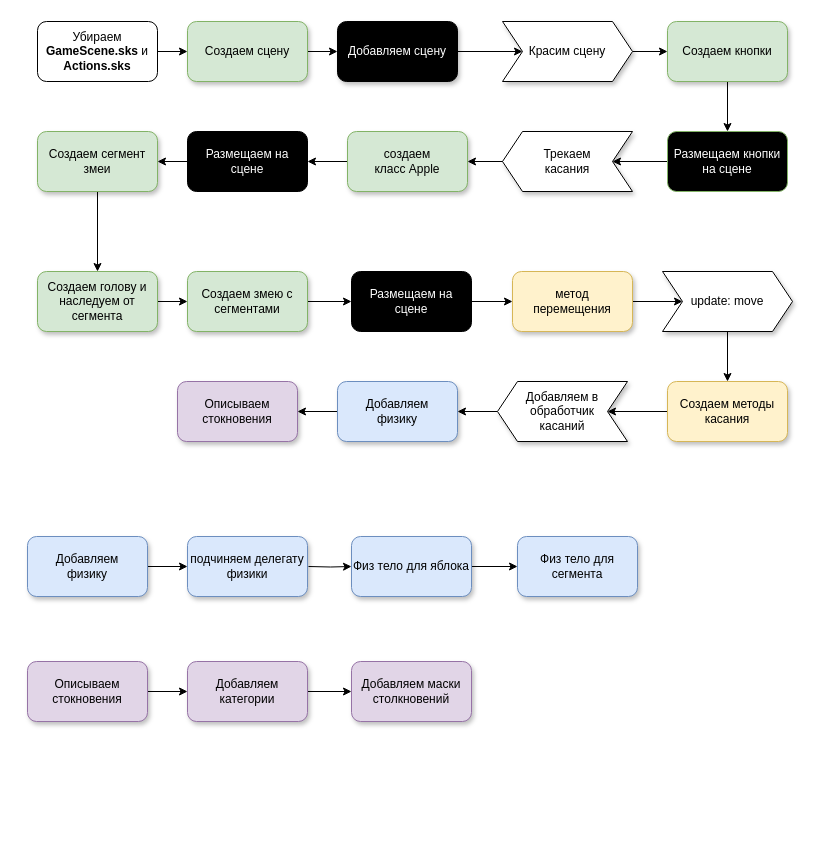
Leonif/diagrams keeps this draw.io diagram as Untitled Diagram.drawio. Above is the earlier version. Source tidied: cells renumbered, new cells numbered last; positions are measured from the earlier drawing's top-left corner, leaving out a move shared by most shapes. Both pictures are drawn from the tidied source at 100%, with x=0, y=0 at pixel (27, 21).
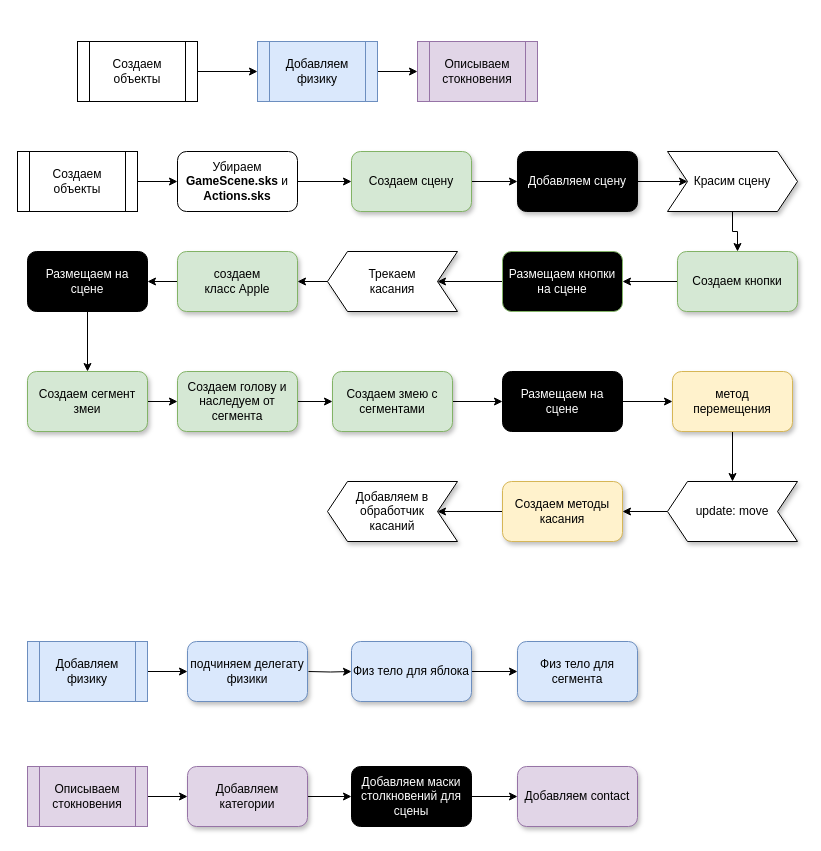
The same page after the edit.

What changed in the source:
```diff
@@
     <mxCell id="3" value="Убираем &lt;span style=&quot;font-weight: 600&quot;&gt;GameScene.sks&lt;/span&gt; и &lt;span style=&quot;font-weight: 600&quot;&gt;Actions.sks&lt;/span&gt;" style="rounded=1;whiteSpace=wrap;html=1;" parent="1" vertex="1">
-      <mxGeometry x="10" width="120" height="60" as="geometry" />
+      <mxGeometry x="150" y="130" width="120" height="60" as="geometry" />
     </mxCell>
@@
     <mxCell id="5" value="Добавляем сцену" style="whiteSpace=wrap;html=1;rounded=1;fillColor=#000000;fontColor=#FFFFFF;sketch=0;shadow=1;" parent="1" vertex="1">
-      <mxGeometry x="310" width="120" height="60" as="geometry" />
+      <mxGeometry x="490" y="130" width="120" height="60" as="geometry" />
     </mxCell>
-    <mxCell id="6" style="edgeStyle=orthogonalEdgeStyle;rounded=0;jettySize=auto;html=1;fontColor=#FFFFFF;exitX=1;exitY=0.5;exitDx=0;exitDy=0;" parent="1" edge="1" source="18" target="15">
-      <mxGeometry relative="1" as="geometry" />
-    </mxCell>
-    <mxCell id="7" style="edgeStyle=orthogonalEdgeStyle;rounded=0;jettySize=auto;html=1;entryX=0;entryY=0.5;entryDx=0;entryDy=0;fontColor=#000000;" parent="1" edge="1" source="8" target="19">
-      <mxGeometry relative="1" as="geometry">
-        <Array as="points">
-          <mxPoint x="700" y="150" />
-        </Array>
-      </mxGeometry>
+    <mxCell id="7" style="edgeStyle=orthogonalEdgeStyle;rounded=0;jettySize=auto;html=1;" parent="1" edge="1" source="8" target="19">
+      <mxGeometry relative="1" as="geometry" />
     </mxCell>
     <mxCell id="8" value="Размещаем кнопки на сцене" style="whiteSpace=wrap;html=1;rounded=1;strokeColor=#82b366;fontColor=#FFFFFF;fillColor=#000000;" parent="1" vertex="1">
-      <mxGeometry x="640" y="110" width="120" height="60" as="geometry" />
+      <mxGeometry x="475" y="230" width="120" height="60" as="geometry" />
     </mxCell>
@@
     <mxCell id="11" value="&lt;div&gt;создаем &lt;br&gt;&lt;/div&gt;&lt;div&gt;класс Apple&lt;/div&gt;" style="whiteSpace=wrap;html=1;rounded=1;fillColor=#d5e8d4;strokeColor=#82b366;shadow=1;" parent="1" vertex="1">
-      <mxGeometry x="320" y="110" width="120" height="60" as="geometry" />
+      <mxGeometry x="150" y="230" width="120" height="60" as="geometry" />
     </mxCell>
@@
     <mxCell id="13" value="Размещаем на сцене" style="whiteSpace=wrap;html=1;rounded=1;fillColor=#000000;fontColor=#FFFFFF;" parent="1" vertex="1">
-      <mxGeometry x="160" y="110" width="120" height="60" as="geometry" />
+      <mxGeometry y="230" width="120" height="60" as="geometry" />
     </mxCell>
@@
     <mxCell id="15" value="Создаем кнопки" style="whiteSpace=wrap;html=1;rounded=1;strokeColor=#82b366;fillColor=#d5e8d4;shadow=1;" parent="1" vertex="1">
-      <mxGeometry x="640" width="120" height="60" as="geometry" />
+      <mxGeometry x="650" y="230" width="120" height="60" as="geometry" />
     </mxCell>
@@
     <mxCell id="17" value="Создаем сегмент змеи" style="whiteSpace=wrap;html=1;rounded=1;fillColor=#d5e8d4;strokeColor=#82b366;shadow=1;" parent="1" vertex="1">
-      <mxGeometry x="10" y="110" width="120" height="60" as="geometry" />
+      <mxGeometry y="350" width="120" height="60" as="geometry" />
     </mxCell>
+    <mxCell id="6" style="edgeStyle=orthogonalEdgeStyle;rounded=0;jettySize=auto;html=1;" parent="1" edge="1" source="18" target="15">
+      <mxGeometry relative="1" as="geometry" />
+    </mxCell>
     <mxCell id="18" value="Красим сцену" style="shape=step;perimeter=stepPerimeter;whiteSpace=wrap;html=1;fixedSize=1;shadow=1;sketch=0;fillColor=#FFFFFF;" parent="1" vertex="1">
-      <mxGeometry x="475" width="130" height="60" as="geometry" />
+      <mxGeometry x="640" y="130" width="130" height="60" as="geometry" />
     </mxCell>
     <mxCell id="19" value="&lt;div&gt;Трекаем &lt;br&gt;&lt;/div&gt;&lt;div&gt;касания&lt;/div&gt;" style="shape=step;perimeter=stepPerimeter;whiteSpace=wrap;html=1;fixedSize=1;shadow=1;sketch=0;fillColor=#FFFFFF;direction=west;align=center;" parent="1" vertex="1">
-      <mxGeometry x="475" y="110" width="130" height="60" as="geometry" />
+      <mxGeometry x="300" y="230" width="130" height="60" as="geometry" />
     </mxCell>
@@
     <mxCell id="21" value="Создаем сцену" style="whiteSpace=wrap;html=1;rounded=1;fillColor=#d5e8d4;strokeColor=#82b366;shadow=1;" parent="1" vertex="1">
-      <mxGeometry x="160" width="120" height="60" as="geometry" />
+      <mxGeometry x="324" y="130" width="120" height="60" as="geometry" />
     </mxCell>
@@
     <mxCell id="23" value="Создаем голову и наследуем от сегмента" style="whiteSpace=wrap;html=1;rounded=1;shadow=1;strokeColor=#82b366;fillColor=#d5e8d4;" parent="1" vertex="1">
-      <mxGeometry x="10" y="250" width="120" height="60" as="geometry" />
+      <mxGeometry x="150" y="350" width="120" height="60" as="geometry" />
     </mxCell>
@@
     <mxCell id="25" value="Создаем змею с сегментами" style="whiteSpace=wrap;html=1;rounded=1;shadow=1;strokeColor=#82b366;fillColor=#d5e8d4;" parent="1" vertex="1">
-      <mxGeometry x="160" y="250" width="120" height="60" as="geometry" />
+      <mxGeometry x="305" y="350" width="120" height="60" as="geometry" />
     </mxCell>
@@
     <mxCell id="27" value="Размещаем на сцене" style="whiteSpace=wrap;html=1;rounded=1;fillColor=#000000;fontColor=#FFFFFF;" parent="1" vertex="1">
-      <mxGeometry x="324" y="250" width="120" height="60" as="geometry" />
+      <mxGeometry x="475" y="350" width="120" height="60" as="geometry" />
     </mxCell>
-    <mxCell id="28" style="edgeStyle=orthogonalEdgeStyle;rounded=0;jettySize=auto;html=1;exitX=1;exitY=0.5;exitDx=0;exitDy=0;" parent="1" edge="1" source="33" target="30">
-      <mxGeometry relative="1" as="geometry" />
-    </mxCell>
@@
-    <mxCell id="30" value="update: move" style="shape=step;perimeter=stepPerimeter;whiteSpace=wrap;html=1;fixedSize=1;shadow=1;sketch=0;fillColor=#FFFFFF;" parent="1" vertex="1">
-      <mxGeometry x="635" y="250" width="130" height="60" as="geometry" />
+    <mxCell id="30" value="update: move" style="shape=step;perimeter=stepPerimeter;whiteSpace=wrap;html=1;fixedSize=1;shadow=1;sketch=0;fillColor=#FFFFFF;direction=west;" parent="1" vertex="1">
+      <mxGeometry x="640" y="460" width="130" height="60" as="geometry" />
     </mxCell>
@@
     <mxCell id="32" value="Создаем методы касания" style="whiteSpace=wrap;html=1;rounded=1;shadow=1;strokeColor=#d6b656;fillColor=#fff2cc;" parent="1" vertex="1">
-      <mxGeometry x="640" y="360" width="120" height="60" as="geometry" />
+      <mxGeometry x="475" y="460" width="120" height="60" as="geometry" />
     </mxCell>
+    <mxCell id="28" style="edgeStyle=orthogonalEdgeStyle;rounded=0;jettySize=auto;html=1;" parent="1" edge="1" source="33" target="30">
+      <mxGeometry relative="1" as="geometry" />
+    </mxCell>
     <mxCell id="33" value="&lt;div&gt;метод&lt;/div&gt;&lt;div&gt; перемещения&lt;/div&gt;" style="whiteSpace=wrap;html=1;rounded=1;shadow=1;strokeColor=#d6b656;fillColor=#fff2cc;" parent="1" vertex="1">
-      <mxGeometry x="485" y="250" width="120" height="60" as="geometry" />
+      <mxGeometry x="645" y="350" width="120" height="60" as="geometry" />
     </mxCell>
-    <mxCell id="34" style="edgeStyle=orthogonalEdgeStyle;rounded=0;jettySize=auto;html=1;" parent="1" edge="1" source="35" target="37">
-      <mxGeometry relative="1" as="geometry" />
-    </mxCell>
     <mxCell id="35" value="&lt;div&gt;Добавляем в обработчик&lt;/div&gt;&lt;div&gt; касаний&lt;/div&gt;" style="shape=step;perimeter=stepPerimeter;whiteSpace=wrap;html=1;fixedSize=1;shadow=1;sketch=0;fillColor=#FFFFFF;direction=west;align=center;" parent="1" vertex="1">
-      <mxGeometry x="470" y="360" width="130" height="60" as="geometry" />
+      <mxGeometry x="300" y="460" width="130" height="60" as="geometry" />
     </mxCell>
-    <mxCell id="36" style="edgeStyle=orthogonalEdgeStyle;rounded=0;jettySize=auto;html=1;" parent="1" edge="1" source="37" target="45">
-      <mxGeometry relative="1" as="geometry" />
-    </mxCell>
-    <mxCell id="37" value="&lt;div&gt;Добавляем &lt;br&gt;&lt;/div&gt;&lt;div&gt;физику&lt;br&gt;&lt;/div&gt;" style="whiteSpace=wrap;html=1;rounded=1;shadow=1;strokeColor=#6c8ebf;fillColor=#dae8fc;" parent="1" vertex="1">
-      <mxGeometry x="310" y="360" width="120" height="60" as="geometry" />
-    </mxCell>
-    <mxCell id="38" style="edgeStyle=orthogonalEdgeStyle;rounded=0;jettySize=auto;html=1;" parent="1" edge="1" source="39" target="41">
+    <mxCell id="38" style="edgeStyle=orthogonalEdgeStyle;rounded=0;jettySize=auto;html=1;exitX=1;exitY=0.5;exitDx=0;exitDy=0;" parent="1" edge="1" source="56" target="41">
       <mxGeometry relative="1" as="geometry" />
     </mxCell>
-    <mxCell id="39" value="&lt;div&gt;Добавляем &lt;br&gt;&lt;/div&gt;&lt;div&gt;физику&lt;br&gt;&lt;/div&gt;" style="whiteSpace=wrap;html=1;rounded=1;shadow=1;strokeColor=#6c8ebf;fillColor=#dae8fc;" parent="1" vertex="1">
-      <mxGeometry y="515" width="120" height="60" as="geometry" />
-    </mxCell>
     <mxCell id="40" style="edgeStyle=orthogonalEdgeStyle;rounded=0;jettySize=auto;html=1;" parent="1" edge="1" target="43">
       <mxGeometry relative="1" as="geometry">
-        <mxPoint x="281" y="545" as="sourcePoint" />
+        <mxPoint x="281" y="650" as="sourcePoint" />
       </mxGeometry>
     </mxCell>
     <mxCell id="41" value="подчиняем делегату физики" style="whiteSpace=wrap;html=1;rounded=1;shadow=1;strokeColor=#6c8ebf;fillColor=#dae8fc;" parent="1" vertex="1">
-      <mxGeometry x="160" y="515" width="120" height="60" as="geometry" />
+      <mxGeometry x="160" y="620" width="120" height="60" as="geometry" />
     </mxCell>
@@
     <mxCell id="43" value="Физ тело для яблока" style="whiteSpace=wrap;html=1;rounded=1;shadow=1;strokeColor=#6c8ebf;fillColor=#dae8fc;" parent="1" vertex="1">
-      <mxGeometry x="324" y="515" width="120" height="60" as="geometry" />
+      <mxGeometry x="324" y="620" width="120" height="60" as="geometry" />
     </mxCell>
     <mxCell id="44" value="Физ тело для сегмента" style="whiteSpace=wrap;html=1;rounded=1;shadow=1;strokeColor=#6c8ebf;fillColor=#dae8fc;" parent="1" vertex="1">
-      <mxGeometry x="490" y="515" width="120" height="60" as="geometry" />
+      <mxGeometry x="490" y="620" width="120" height="60" as="geometry" />
     </mxCell>
-    <mxCell id="45" value="Описываем стокновения" style="whiteSpace=wrap;html=1;rounded=1;shadow=1;strokeColor=#9673a6;fillColor=#e1d5e7;" parent="1" vertex="1">
-      <mxGeometry x="150" y="360" width="120" height="60" as="geometry" />
-    </mxCell>
-    <mxCell id="46" style="edgeStyle=orthogonalEdgeStyle;rounded=0;jettySize=auto;html=1;" parent="1" edge="1" source="47" target="49">
+    <mxCell id="46" style="edgeStyle=orthogonalEdgeStyle;rounded=0;jettySize=auto;html=1;exitX=1;exitY=0.5;exitDx=0;exitDy=0;" parent="1" edge="1" source="58" target="49">
       <mxGeometry relative="1" as="geometry" />
     </mxCell>
-    <mxCell id="47" value="Описываем стокновения" style="whiteSpace=wrap;html=1;rounded=1;shadow=1;strokeColor=#9673a6;fillColor=#e1d5e7;" parent="1" vertex="1">
-      <mxGeometry y="640" width="120" height="60" as="geometry" />
-    </mxCell>
-    <mxCell id="48" style="edgeStyle=orthogonalEdgeStyle;rounded=0;jettySize=auto;html=1;" parent="1" edge="1" source="49" target="50">
+    <mxCell id="48" style="edgeStyle=orthogonalEdgeStyle;rounded=0;jettySize=auto;html=1;entryX=0;entryY=0.5;entryDx=0;entryDy=0;" parent="1" edge="1" source="49" target="53">
       <mxGeometry relative="1" as="geometry" />
     </mxCell>
     <mxCell id="49" value="Добавляем категории" style="whiteSpace=wrap;html=1;rounded=1;shadow=1;strokeColor=#9673a6;fillColor=#e1d5e7;" parent="1" vertex="1">
-      <mxGeometry x="160" y="640" width="120" height="60" as="geometry" />
+      <mxGeometry x="160" y="745" width="120" height="60" as="geometry" />
     </mxCell>
-    <mxCell id="50" value="Добавляем маски столкновений" style="whiteSpace=wrap;html=1;rounded=1;shadow=1;strokeColor=#9673a6;fillColor=#e1d5e7;" parent="1" vertex="1">
-      <mxGeometry x="324" y="640" width="120" height="60" as="geometry" />
-    </mxCell>
+    <mxCell id="51" style="edgeStyle=orthogonalEdgeStyle;rounded=0;jettySize=auto;html=1;exitX=1;exitY=0.5;exitDx=0;exitDy=0;" parent="1" edge="1" source="53" target="52">
+      <mxGeometry relative="1" as="geometry" />
+    </mxCell>
+    <mxCell id="52" value="Добавляем contact" style="whiteSpace=wrap;html=1;rounded=1;shadow=1;strokeColor=#9673a6;fillColor=#e1d5e7;" parent="1" vertex="1">
+      <mxGeometry x="490" y="745" width="120" height="60" as="geometry" />
+    </mxCell>
+    <mxCell id="53" value="Добавляем маски столкновений для сцены" style="whiteSpace=wrap;html=1;rounded=1;fillColor=#000000;fontColor=#FFFFFF;" parent="1" vertex="1">
+      <mxGeometry x="324" y="745" width="120" height="60" as="geometry" />
+    </mxCell>
+    <mxCell id="54" style="edgeStyle=orthogonalEdgeStyle;rounded=0;jettySize=auto;html=1;" parent="1" edge="1" source="55" target="57">
+      <mxGeometry relative="1" as="geometry" />
+    </mxCell>
+    <mxCell id="55" value="&lt;div&gt;Добавляем &lt;br&gt;&lt;/div&gt;&lt;div&gt;физику&lt;br&gt;&lt;/div&gt;" style="shape=process;whiteSpace=wrap;html=1;backgroundOutline=1;fillColor=#dae8fc;strokeColor=#6c8ebf;" parent="1" vertex="1">
+      <mxGeometry x="230" y="20" width="120" height="60" as="geometry" />
+    </mxCell>
+    <mxCell id="56" value="&lt;div&gt;Добавляем &lt;br&gt;&lt;/div&gt;&lt;div&gt;физику&lt;br&gt;&lt;/div&gt;" style="shape=process;whiteSpace=wrap;html=1;backgroundOutline=1;fillColor=#dae8fc;strokeColor=#6c8ebf;" parent="1" vertex="1">
+      <mxGeometry y="620" width="120" height="60" as="geometry" />
+    </mxCell>
+    <mxCell id="57" value="Описываем стокновения" style="shape=process;whiteSpace=wrap;html=1;backgroundOutline=1;fillColor=#e1d5e7;strokeColor=#9673a6;" parent="1" vertex="1">
+      <mxGeometry x="390" y="20" width="120" height="60" as="geometry" />
+    </mxCell>
+    <mxCell id="58" value="Описываем стокновения" style="shape=process;whiteSpace=wrap;html=1;backgroundOutline=1;fillColor=#e1d5e7;strokeColor=#9673a6;" parent="1" vertex="1">
+      <mxGeometry y="745" width="120" height="60" as="geometry" />
+    </mxCell>
+    <mxCell id="59" style="edgeStyle=orthogonalEdgeStyle;rounded=0;jettySize=auto;html=1;" parent="1" edge="1" source="60" target="55">
+      <mxGeometry relative="1" as="geometry" />
+    </mxCell>
+    <mxCell id="60" value="Создаем объекты" style="shape=process;whiteSpace=wrap;html=1;backgroundOutline=1;" parent="1" vertex="1">
+      <mxGeometry x="50" y="20" width="120" height="60" as="geometry" />
+    </mxCell>
+    <mxCell id="61" style="edgeStyle=orthogonalEdgeStyle;rounded=0;jettySize=auto;html=1;" parent="1" edge="1" source="62" target="3">
+      <mxGeometry relative="1" as="geometry" />
+    </mxCell>
+    <mxCell id="62" value="Создаем объекты" style="shape=process;whiteSpace=wrap;html=1;backgroundOutline=1;" parent="1" vertex="1">
+      <mxGeometry x="-10" y="130" width="120" height="60" as="geometry" />
+    </mxCell>
```
